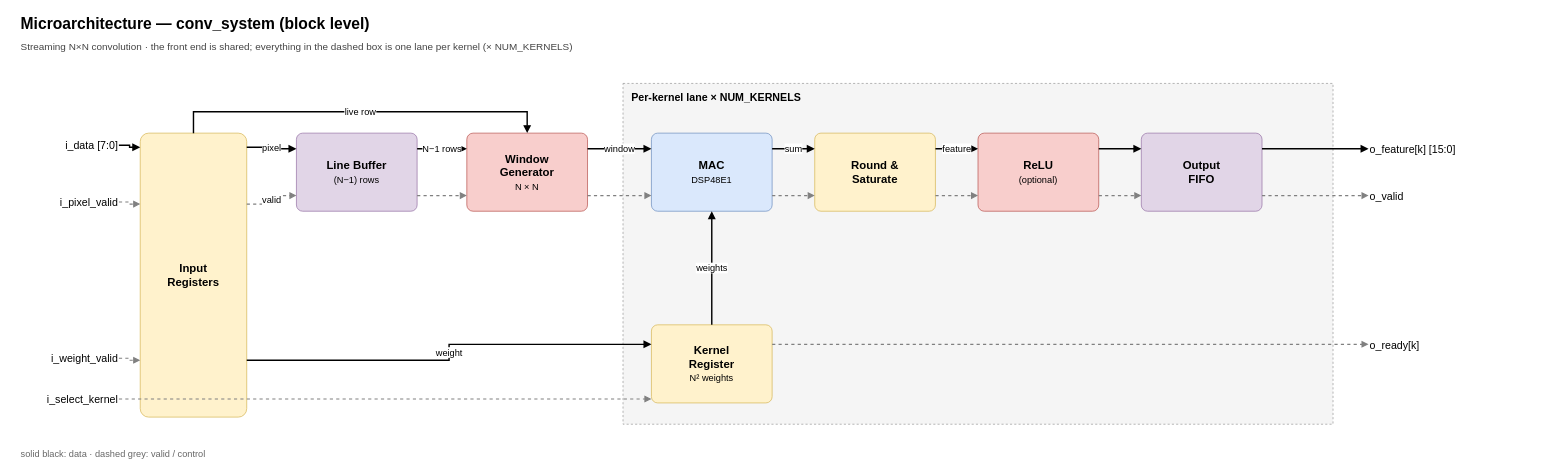
Before: page "1b Microarchitecture (Blocks)" (2 of 15) of docs/resources/diagrams/conv_system_architecture.drawio in AshrafByte/FPGA-CNN-Accelerator, a draw.io diagram. Source tidied: cells renumbered, new cells numbered last; positions are measured from the earlier drawing's top-left corner, leaving out a move shared by most shapes. Both pictures are drawn from the tidied source at 71%, with x=0, y=0 at pixel (12, 12).
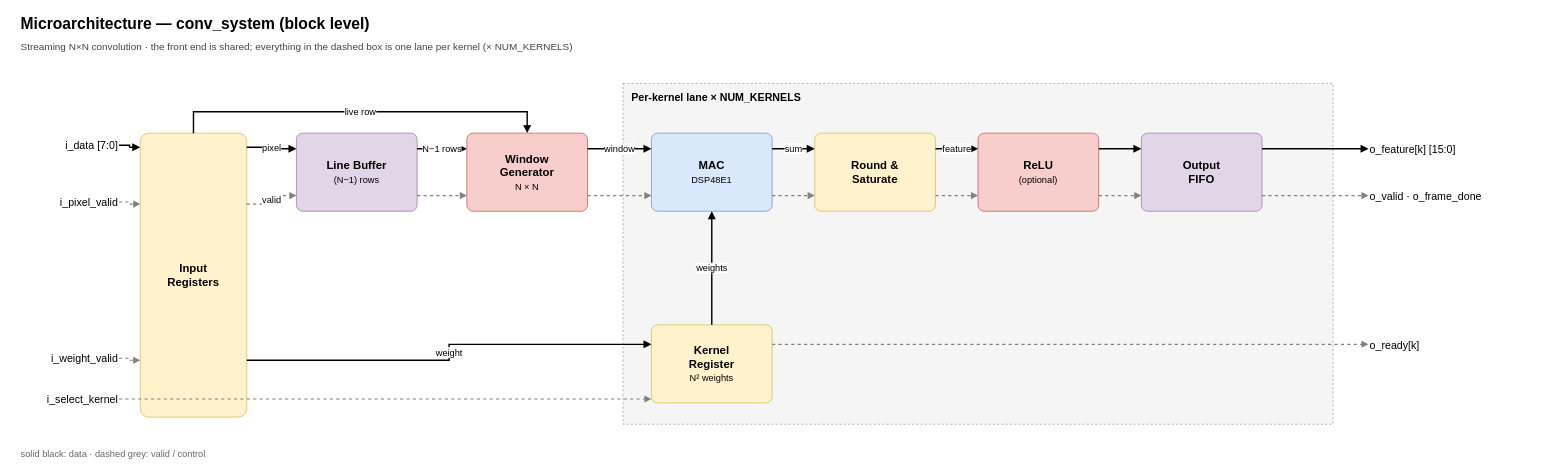
The same diagram, later.

What changed in the source:
```diff
@@
-    <mxCell id="18" value="o_valid" style="text;html=1;align=left;verticalAlign=middle;fontSize=15;fontColor=#000000;" parent="1" vertex="1">
-      <mxGeometry x="1910" y="246" width="170" height="24" as="geometry" />
+    <mxCell id="18" value="o_valid · o_frame_done" style="text;html=1;align=left;verticalAlign=middle;fontSize=15;fontColor=#000000;" parent="1" vertex="1">
+      <mxGeometry x="1910" y="246" width="260" height="24" as="geometry" />
     </mxCell>
```
